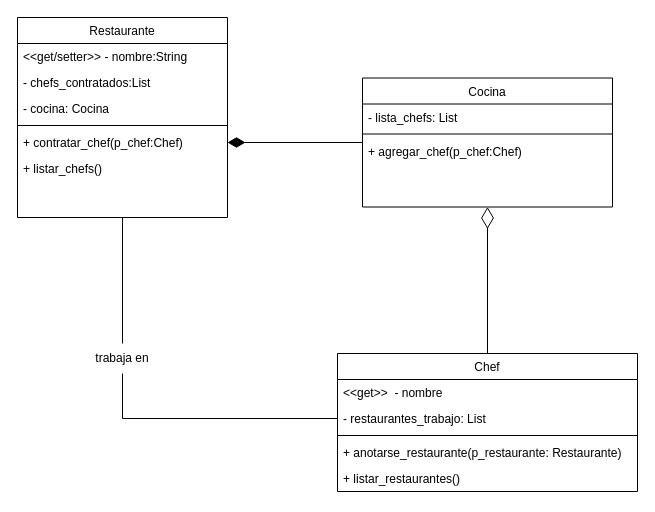
This is page "Page-4" (3 of 3) of Restaurante/docs/diagramas.drawio from FIUNER-LICA/pa-codigos-trabajos-practicos, a draw.io file, before an edit. Source tidied: cells renumbered, new cells numbered last; positions are measured from the earlier drawing's top-left corner, leaving out a move shared by most shapes. Both pictures are drawn from the tidied source at 100%, with x=0, y=0 at pixel (17, 17).
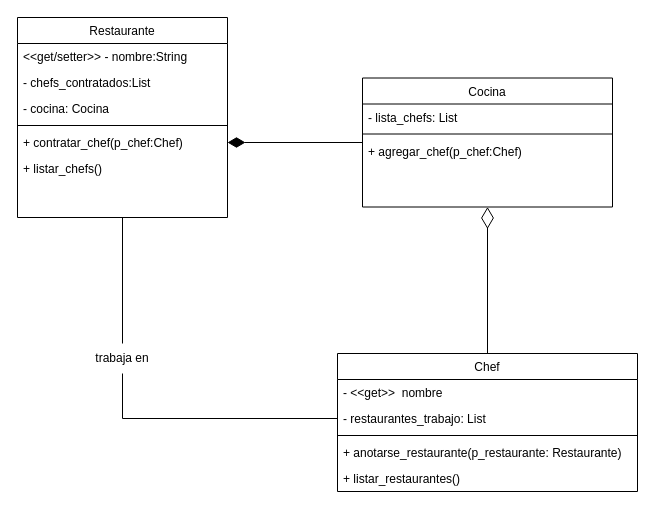
The same diagram, later.

The change refers to these unchanged cells:
```xml
<mxCell id="10" value="Chef" style="swimlane;fontStyle=0;align=center;verticalAlign=top;horizontal=1;startSize=26;rounded=0;shadow=0;strokeWidth=1;" parent="1" vertex="1">
  <mxGeometry x="320" y="336" width="300" height="138" as="geometry" />
</mxCell>
```

Change to the diagram source:
```diff
@@
-    <mxCell id="11" value="&lt;&lt;get&gt;&gt;  - nombre" style="text;align=left;verticalAlign=top;spacingLeft=4;spacingRight=4;overflow=hidden;" parent="10" vertex="1">
+    <mxCell id="11" value="- &lt;&lt;get&gt;&gt;  nombre" style="text;align=left;verticalAlign=top;spacingLeft=4;spacingRight=4;overflow=hidden;" parent="10" vertex="1">
       <mxGeometry y="26" width="300" height="26" as="geometry" />
     </mxCell>
```
